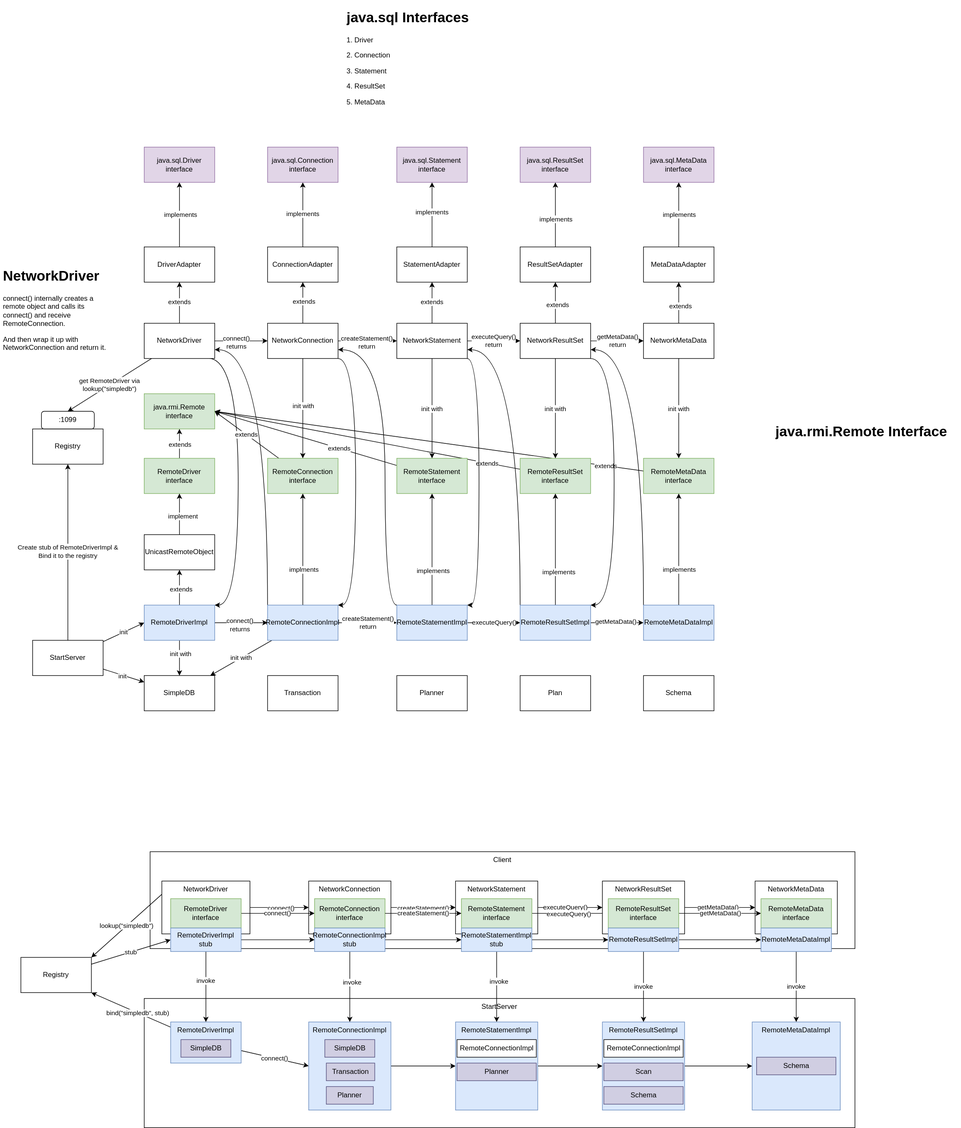
Above: simpledb/docs/jdbc-interfaces.drawio.svg in nakamasato/database-design-and-implementation (draw.io), before the change. Source tidied: cells renumbered, new cells last; positions are measured from the earlier drawing's top-left corner, leaving out a move shared by most shapes.
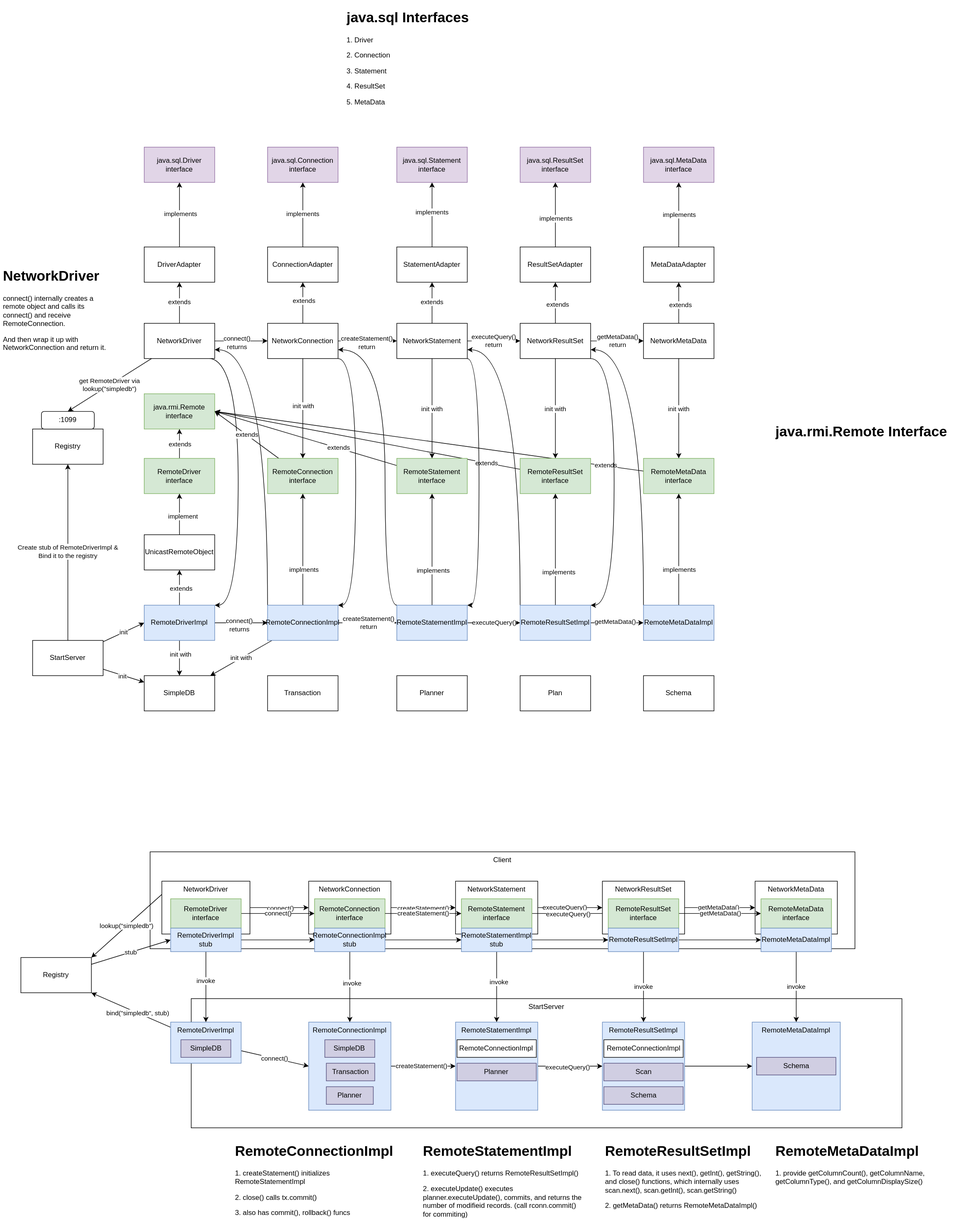
Later version of the same file.

The edit, as a diff of the source:
```diff
@@ -6,7 +6,7 @@
       <mxGeometry x="255" y="1440" width="1200" height="165" as="geometry" />
     </mxCell>
     <mxCell id="3" value="StartServer" style="rounded=0;whiteSpace=wrap;html=1;verticalAlign=top;" parent="1" vertex="1">
-      <mxGeometry x="245" y="1690" width="1210" height="220" as="geometry" />
+      <mxGeometry x="325" y="1690" width="1210" height="220" as="geometry" />
     </mxCell>
     <mxCell id="4" value="java.rmi.Remote&lt;br&gt;interface" style="rounded=0;whiteSpace=wrap;html=1;fillColor=#d5e8d4;strokeColor=#82b366;" parent="1" vertex="1">
       <mxGeometry x="245" y="660" width="120" height="60" as="geometry" />
@@ -487,6 +487,9 @@
     <mxCell id="151" style="edgeStyle=none;html=1;entryX=0;entryY=0.5;entryDx=0;entryDy=0;" parent="1" edge="1" source="152" target="167">
       <mxGeometry relative="1" as="geometry" />
     </mxCell>
+    <mxCell id="181" value="createStatement()" style="edgeLabel;html=1;align=center;verticalAlign=middle;" parent="151" vertex="1">
+      <mxGeometry x="-0.07" y="1" relative="1" as="geometry" />
+    </mxCell>
     <mxCell id="152" value="RemoteConnectionImpl" style="rounded=0;whiteSpace=wrap;html=1;fillColor=#dae8fc;strokeColor=#6c8ebf;verticalAlign=top;" parent="1" vertex="1">
       <mxGeometry x="525" y="1730" width="140" height="150" as="geometry" />
     </mxCell>
@@ -532,6 +535,9 @@
     <mxCell id="166" style="edgeStyle=none;html=1;entryX=0;entryY=0.5;entryDx=0;entryDy=0;" parent="1" edge="1" source="167" target="169">
       <mxGeometry relative="1" as="geometry" />
     </mxCell>
+    <mxCell id="182" value="executeQuery()" style="edgeLabel;html=1;align=center;verticalAlign=middle;" parent="166" vertex="1">
+      <mxGeometry x="-0.08" y="-1" relative="1" as="geometry" />
+    </mxCell>
     <mxCell id="167" value="RemoteStatementImpl" style="rounded=0;whiteSpace=wrap;html=1;fillColor=#dae8fc;strokeColor=#6c8ebf;verticalAlign=top;" parent="1" vertex="1">
       <mxGeometry x="775" y="1730" width="140" height="150" as="geometry" />
     </mxCell>
@@ -574,5 +580,17 @@
     <mxCell id="180" value="Planner" style="rounded=0;whiteSpace=wrap;html=1;fillColor=#d0cee2;strokeColor=#56517e;" parent="1" vertex="1">
       <mxGeometry x="777.5" y="1800" width="135" height="30" as="geometry" />
     </mxCell>
+    <mxCell id="183" value="&lt;h1&gt;RemoteConnectionImpl&lt;/h1&gt;&lt;p&gt;1. createStatement() initializes RemoteStatementImpl&lt;/p&gt;&lt;p&gt;2. close() calls tx.commit()&lt;/p&gt;&lt;p&gt;3. also has commit(), rollback() funcs&lt;/p&gt;" style="text;html=1;strokeColor=none;fillColor=none;spacing=5;spacingTop=-20;whiteSpace=wrap;overflow=hidden;rounded=0;" parent="1" vertex="1">
+      <mxGeometry x="395" y="1930" width="280" height="150" as="geometry" />
+    </mxCell>
+    <mxCell id="184" value="&lt;h1&gt;RemoteStatementImpl&lt;/h1&gt;&lt;p&gt;1. executeQuery() returns RemoteResultSetImpl()&lt;/p&gt;&lt;p&gt;2. executeUpdate() executes planner.executeUpdate(), commits, and returns the number of modifieid records. (call rconn.commit() for commiting)&lt;/p&gt;" style="text;html=1;strokeColor=none;fillColor=none;spacing=5;spacingTop=-20;whiteSpace=wrap;overflow=hidden;rounded=0;" parent="1" vertex="1">
+      <mxGeometry x="715" y="1930" width="280" height="150" as="geometry" />
+    </mxCell>
+    <mxCell id="185" value="&lt;h1&gt;RemoteResultSetImpl&lt;/h1&gt;&lt;p&gt;&lt;span&gt;1. To read data, it uses next(), getInt(), getString(), and close() functions, which internally uses scan.next(), scan.getInt(), scan.getString()&lt;/span&gt;&lt;/p&gt;&lt;p&gt;&lt;span&gt;2. getMetaData() returns RemoteMetaDataImpl()&lt;/span&gt;&lt;/p&gt;" style="text;html=1;strokeColor=none;fillColor=none;spacing=5;spacingTop=-20;whiteSpace=wrap;overflow=hidden;rounded=0;" parent="1" vertex="1">
+      <mxGeometry x="1025" y="1930" width="280" height="150" as="geometry" />
+    </mxCell>
+    <mxCell id="186" value="&lt;h1&gt;RemoteMetaDataImpl&lt;/h1&gt;&lt;p&gt;1. provide getColumnCount(), getColumnName, getColumnType(), and getColumnDisplaySize()&lt;/p&gt;" style="text;html=1;strokeColor=none;fillColor=none;spacing=5;spacingTop=-20;whiteSpace=wrap;overflow=hidden;rounded=0;" parent="1" vertex="1">
+      <mxGeometry x="1315" y="1930" width="280" height="150" as="geometry" />
+    </mxCell>
   </root>
 </mxGraphModel>
```
